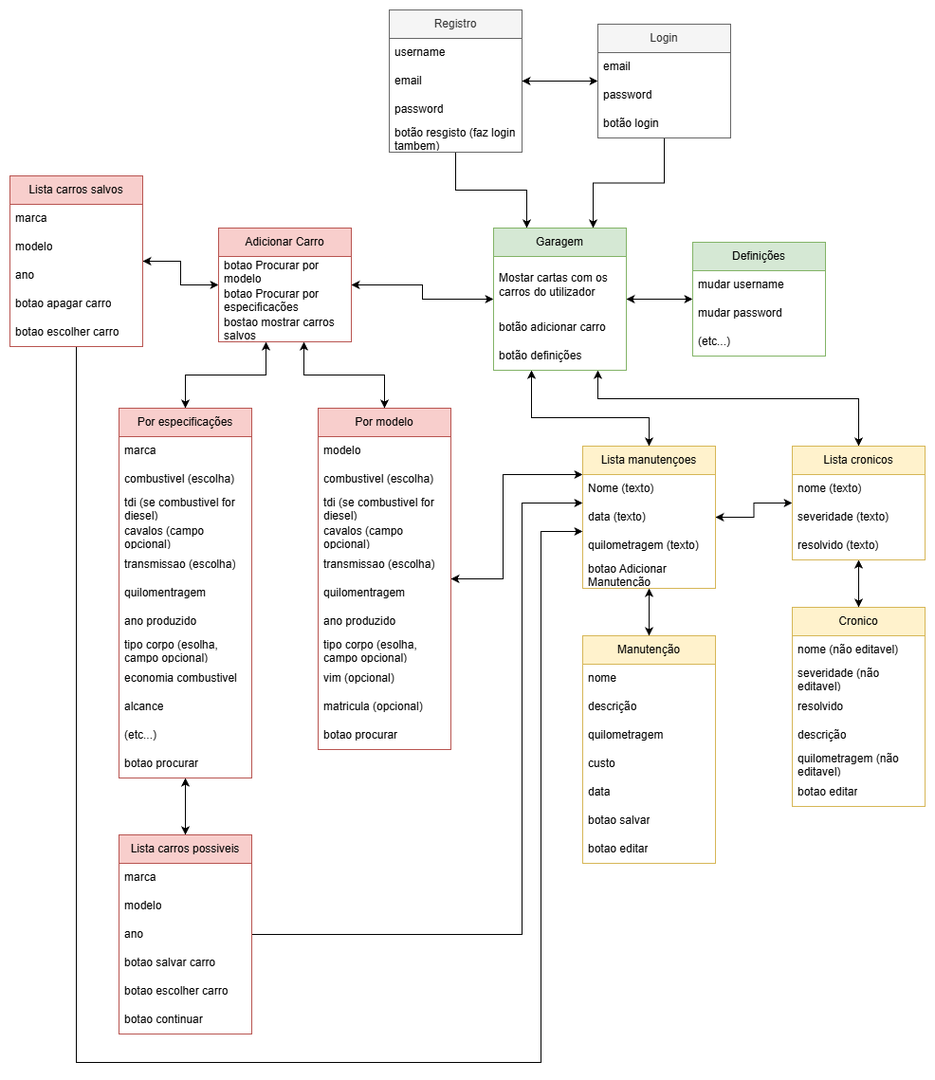
Before: common/pageMap.png, a diagram exported from draw.io (MukhitKwo/Wrenchly). Source tidied: cells renumbered, new cells last; positions are measured from the earlier drawing's top-left corner, leaving out a move shared by most shapes.
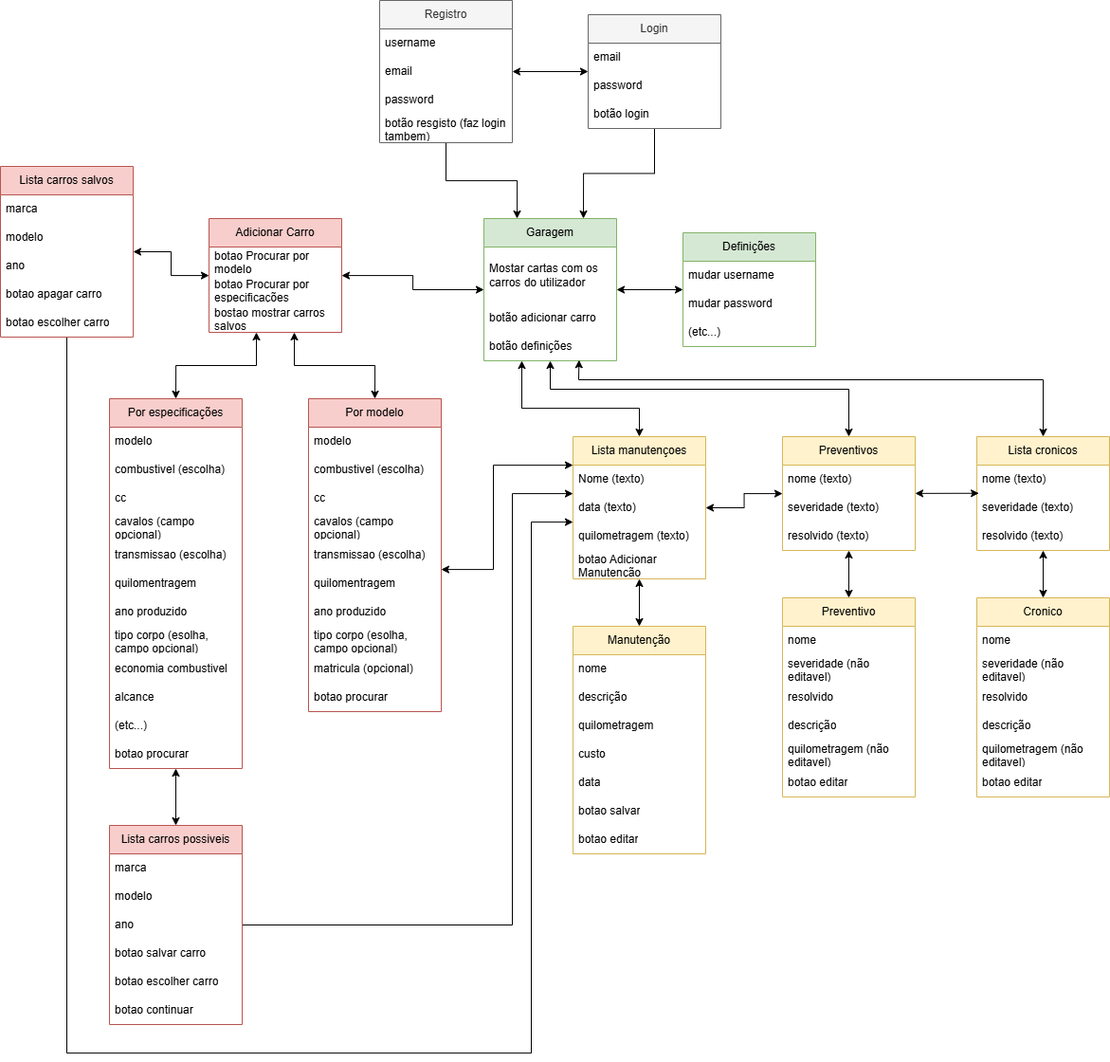
Above is the later version.

The edit, as a diff of the source:
```diff
@@ -49,17 +49,17 @@
         </Array>
       </mxGeometry>
     </mxCell>
+    <mxCell id="17" style="edgeStyle=orthogonalEdgeStyle;rounded=0;jettySize=auto;html=1;startArrow=classic;startFill=1;" parent="1" edge="1" source="18" target="69">
+      <mxGeometry relative="1" as="geometry" />
+    </mxCell>
-    <mxCell id="16" style="edgeStyle=orthogonalEdgeStyle;rounded=0;jettySize=auto;html=1;entryX=0.5;entryY=0;entryDx=0;entryDy=0;startArrow=classic;startFill=1;" parent="1" edge="1" source="18" target="62">
+    <mxCell id="16" style="edgeStyle=none;html=1;entryX=0.5;entryY=0;entryDx=0;entryDy=0;rounded=0;curved=0;startArrow=classic;startFill=1;" parent="1" edge="1" source="18" target="62">
       <mxGeometry relative="1" as="geometry">
         <Array as="points">
-          <mxPoint x="620" y="410" />
+          <mxPoint x="580" y="410" />
           <mxPoint x="895" y="410" />
         </Array>
       </mxGeometry>
     </mxCell>
-    <mxCell id="17" style="edgeStyle=orthogonalEdgeStyle;rounded=0;jettySize=auto;html=1;startArrow=classic;startFill=1;" parent="1" edge="1" source="18" target="69">
-      <mxGeometry relative="1" as="geometry" />
-    </mxCell>
     <mxCell id="18" value="Garagem" style="swimlane;fontStyle=0;horizontal=1;startSize=30;whiteSpace=wrap;html=1;fillColor=#d5e8d4;strokeColor=#82b366;" parent="1" vertex="1">
       <mxGeometry x="510" y="230" width="140" height="150" as="geometry" />
     </mxCell>
@@ -81,7 +81,7 @@
       </mxGeometry>
     </mxCell>
     <mxCell id="23" value="Por modelo" style="swimlane;fontStyle=0;horizontal=1;startSize=30;whiteSpace=wrap;html=1;fillColor=#f8cecc;strokeColor=#b85450;" parent="1" vertex="1">
-      <mxGeometry x="325" y="420" width="140" height="360" as="geometry" />
+      <mxGeometry x="325" y="420" width="140" height="330" as="geometry" />
     </mxCell>
     <mxCell id="24" value="modelo" style="text;strokeColor=none;fillColor=none;align=left;verticalAlign=middle;spacingLeft=4;spacingRight=4;overflow=hidden;whiteSpace=wrap;html=1;" parent="23" vertex="1">
       <mxGeometry y="30" width="140" height="30" as="geometry" />
@@ -89,7 +89,7 @@
     <mxCell id="25" value="combustivel (escolha)" style="text;strokeColor=none;fillColor=none;align=left;verticalAlign=middle;spacingLeft=4;spacingRight=4;overflow=hidden;whiteSpace=wrap;html=1;" parent="23" vertex="1">
       <mxGeometry y="60" width="140" height="30" as="geometry" />
     </mxCell>
-    <mxCell id="26" value="tdi (se combustivel for diesel)" style="text;strokeColor=none;fillColor=none;align=left;verticalAlign=middle;spacingLeft=4;spacingRight=4;overflow=hidden;whiteSpace=wrap;html=1;" parent="23" vertex="1">
+    <mxCell id="26" value="cc" style="text;strokeColor=none;fillColor=none;align=left;verticalAlign=middle;spacingLeft=4;spacingRight=4;overflow=hidden;whiteSpace=wrap;html=1;" parent="23" vertex="1">
       <mxGeometry y="90" width="140" height="30" as="geometry" />
     </mxCell>
     <mxCell id="27" value="cavalos (campo opcional)" style="text;strokeColor=none;fillColor=none;align=left;verticalAlign=middle;spacingLeft=4;spacingRight=4;overflow=hidden;whiteSpace=wrap;html=1;" parent="23" vertex="1">
@@ -107,14 +107,11 @@
     <mxCell id="31" value="tipo corpo (esolha, campo opcional)" style="text;strokeColor=none;fillColor=none;align=left;verticalAlign=middle;spacingLeft=4;spacingRight=4;overflow=hidden;whiteSpace=wrap;html=1;" parent="23" vertex="1">
       <mxGeometry y="240" width="140" height="30" as="geometry" />
     </mxCell>
-    <mxCell id="32" value="vim (opcional)" style="text;strokeColor=none;fillColor=none;align=left;verticalAlign=middle;spacingLeft=4;spacingRight=4;overflow=hidden;whiteSpace=wrap;html=1;" parent="23" vertex="1">
-      <mxGeometry y="270" width="140" height="30" as="geometry" />
-    </mxCell>
     <mxCell id="33" value="matricula (opcional)" style="text;strokeColor=none;fillColor=none;align=left;verticalAlign=middle;spacingLeft=4;spacingRight=4;overflow=hidden;whiteSpace=wrap;html=1;" parent="23" vertex="1">
-      <mxGeometry y="300" width="140" height="30" as="geometry" />
+      <mxGeometry y="270" width="140" height="30" as="geometry" />
     </mxCell>
     <mxCell id="34" value="botao procurar" style="text;strokeColor=none;fillColor=none;align=left;verticalAlign=middle;spacingLeft=4;spacingRight=4;overflow=hidden;whiteSpace=wrap;html=1;" parent="23" vertex="1">
-      <mxGeometry y="330" width="140" height="30" as="geometry" />
+      <mxGeometry y="300" width="140" height="30" as="geometry" />
     </mxCell>
     <mxCell id="35" value="Manutenção" style="swimlane;fontStyle=0;horizontal=1;startSize=30;whiteSpace=wrap;html=1;fillColor=#fff2cc;strokeColor=#d6b656;" parent="1" vertex="1">
       <mxGeometry x="604" y="660" width="140" height="240" as="geometry" />
@@ -140,10 +137,10 @@
     <mxCell id="42" value="botao editar" style="text;strokeColor=none;fillColor=none;align=left;verticalAlign=middle;spacingLeft=4;spacingRight=4;overflow=hidden;whiteSpace=wrap;html=1;" parent="35" vertex="1">
       <mxGeometry y="210" width="140" height="30" as="geometry" />
     </mxCell>
-    <mxCell id="43" value="Cronico" style="swimlane;fontStyle=0;horizontal=1;startSize=30;whiteSpace=wrap;html=1;fillColor=#fff2cc;strokeColor=#d6b656;" parent="1" vertex="1">
+    <mxCell id="43" value="Preventivo" style="swimlane;fontStyle=0;horizontal=1;startSize=30;whiteSpace=wrap;html=1;fillColor=#fff2cc;strokeColor=#d6b656;" parent="1" vertex="1">
       <mxGeometry x="825" y="630" width="140" height="210" as="geometry" />
     </mxCell>
-    <mxCell id="44" value="nome (não editavel)" style="text;strokeColor=none;fillColor=none;align=left;verticalAlign=middle;spacingLeft=4;spacingRight=4;overflow=hidden;whiteSpace=wrap;html=1;" parent="43" vertex="1">
+    <mxCell id="44" value="nome" style="text;strokeColor=none;fillColor=none;align=left;verticalAlign=middle;spacingLeft=4;spacingRight=4;overflow=hidden;whiteSpace=wrap;html=1;" parent="43" vertex="1">
       <mxGeometry y="30" width="140" height="30" as="geometry" />
     </mxCell>
     <mxCell id="45" value="severidade (não editavel)" style="text;strokeColor=none;fillColor=none;align=left;verticalAlign=middle;spacingLeft=4;spacingRight=4;overflow=hidden;whiteSpace=wrap;html=1;" parent="43" vertex="1">
@@ -161,6 +158,14 @@
     <mxCell id="49" value="botao editar" style="text;strokeColor=none;fillColor=none;align=left;verticalAlign=middle;spacingLeft=4;spacingRight=4;overflow=hidden;whiteSpace=wrap;html=1;" parent="43" vertex="1">
       <mxGeometry y="180" width="140" height="30" as="geometry" />
     </mxCell>
+    <mxCell id="102" style="edgeStyle=none;html=1;entryX=0.5;entryY=0;entryDx=0;entryDy=0;exitX=0.717;exitY=0.974;exitDx=0;exitDy=0;exitPerimeter=0;rounded=0;curved=0;startArrow=classic;startFill=1;" parent="1" edge="1" source="21" target="111">
+      <mxGeometry relative="1" as="geometry">
+        <Array as="points">
+          <mxPoint x="610" y="400" />
+          <mxPoint x="1100" y="400" />
+        </Array>
+      </mxGeometry>
+    </mxCell>
     <mxCell id="50" value="Definições" style="swimlane;fontStyle=0;horizontal=1;startSize=30;whiteSpace=wrap;html=1;fillColor=#d5e8d4;strokeColor=#82b366;" parent="1" vertex="1">
       <mxGeometry x="720" y="245" width="140" height="120" as="geometry" />
     </mxCell>
@@ -197,7 +202,7 @@
     <mxCell id="61" style="edgeStyle=orthogonalEdgeStyle;rounded=0;jettySize=auto;html=1;startArrow=classic;startFill=1;" parent="1" edge="1" source="62" target="43">
       <mxGeometry relative="1" as="geometry" />
     </mxCell>
-    <mxCell id="62" value="Lista cronicos" style="swimlane;fontStyle=0;horizontal=1;startSize=30;whiteSpace=wrap;html=1;fillColor=#fff2cc;strokeColor=#d6b656;" parent="1" vertex="1">
+    <mxCell id="62" value="Preventivos" style="swimlane;fontStyle=0;horizontal=1;startSize=30;whiteSpace=wrap;html=1;fillColor=#fff2cc;strokeColor=#d6b656;" parent="1" vertex="1">
       <mxGeometry x="825" y="460" width="140" height="120" as="geometry" />
     </mxCell>
     <mxCell id="63" value="nome (texto)" style="text;strokeColor=none;fillColor=none;align=left;verticalAlign=middle;spacingLeft=4;spacingRight=4;overflow=hidden;whiteSpace=wrap;html=1;" parent="62" vertex="1">
@@ -246,13 +251,13 @@
     <mxCell id="74" value="Por especificações" style="swimlane;fontStyle=0;horizontal=1;startSize=30;whiteSpace=wrap;html=1;fillColor=#f8cecc;strokeColor=#b85450;" parent="1" vertex="1">
       <mxGeometry x="115" y="420" width="140" height="390" as="geometry" />
     </mxCell>
-    <mxCell id="75" value="marca" style="text;strokeColor=none;fillColor=none;align=left;verticalAlign=middle;spacingLeft=4;spacingRight=4;overflow=hidden;whiteSpace=wrap;html=1;" parent="74" vertex="1">
+    <mxCell id="75" value="modelo" style="text;strokeColor=none;fillColor=none;align=left;verticalAlign=middle;spacingLeft=4;spacingRight=4;overflow=hidden;whiteSpace=wrap;html=1;" parent="74" vertex="1">
       <mxGeometry y="30" width="140" height="30" as="geometry" />
     </mxCell>
     <mxCell id="76" value="combustivel (escolha)" style="text;strokeColor=none;fillColor=none;align=left;verticalAlign=middle;spacingLeft=4;spacingRight=4;overflow=hidden;whiteSpace=wrap;html=1;" parent="74" vertex="1">
       <mxGeometry y="60" width="140" height="30" as="geometry" />
     </mxCell>
-    <mxCell id="77" value="tdi (se combustivel for diesel)" style="text;strokeColor=none;fillColor=none;align=left;verticalAlign=middle;spacingLeft=4;spacingRight=4;overflow=hidden;whiteSpace=wrap;html=1;" parent="74" vertex="1">
+    <mxCell id="77" value="cc" style="text;strokeColor=none;fillColor=none;align=left;verticalAlign=middle;spacingLeft=4;spacingRight=4;overflow=hidden;whiteSpace=wrap;html=1;" parent="74" vertex="1">
       <mxGeometry y="90" width="140" height="30" as="geometry" />
     </mxCell>
     <mxCell id="78" value="cavalos (campo opcional)" style="text;strokeColor=none;fillColor=none;align=left;verticalAlign=middle;spacingLeft=4;spacingRight=4;overflow=hidden;whiteSpace=wrap;html=1;" parent="74" vertex="1">
@@ -338,5 +343,44 @@
     <mxCell id="101" value="botao escolher carro" style="text;strokeColor=none;fillColor=none;align=left;verticalAlign=middle;spacingLeft=4;spacingRight=4;overflow=hidden;whiteSpace=wrap;html=1;" parent="96" vertex="1">
       <mxGeometry y="150" width="140" height="30" as="geometry" />
     </mxCell>
+    <mxCell id="103" value="Cronico" style="swimlane;fontStyle=0;horizontal=1;startSize=30;whiteSpace=wrap;html=1;fillColor=#fff2cc;strokeColor=#d6b656;" parent="1" vertex="1">
+      <mxGeometry x="1030" y="630" width="140" height="210" as="geometry" />
+    </mxCell>
+    <mxCell id="104" value="nome" style="text;strokeColor=none;fillColor=none;align=left;verticalAlign=middle;spacingLeft=4;spacingRight=4;overflow=hidden;whiteSpace=wrap;html=1;" parent="103" vertex="1">
+      <mxGeometry y="30" width="140" height="30" as="geometry" />
+    </mxCell>
+    <mxCell id="105" value="severidade (não editavel)" style="text;strokeColor=none;fillColor=none;align=left;verticalAlign=middle;spacingLeft=4;spacingRight=4;overflow=hidden;whiteSpace=wrap;html=1;" parent="103" vertex="1">
+      <mxGeometry y="60" width="140" height="30" as="geometry" />
+    </mxCell>
+    <mxCell id="106" value="resolvido" style="text;strokeColor=none;fillColor=none;align=left;verticalAlign=middle;spacingLeft=4;spacingRight=4;overflow=hidden;whiteSpace=wrap;html=1;" parent="103" vertex="1">
+      <mxGeometry y="90" width="140" height="30" as="geometry" />
+    </mxCell>
+    <mxCell id="107" value="descrição" style="text;strokeColor=none;fillColor=none;align=left;verticalAlign=middle;spacingLeft=4;spacingRight=4;overflow=hidden;whiteSpace=wrap;html=1;" parent="103" vertex="1">
+      <mxGeometry y="120" width="140" height="30" as="geometry" />
+    </mxCell>
+    <mxCell id="108" value="quilometragem (não editavel)" style="text;strokeColor=none;fillColor=none;align=left;verticalAlign=middle;spacingLeft=4;spacingRight=4;overflow=hidden;whiteSpace=wrap;html=1;" parent="103" vertex="1">
+      <mxGeometry y="150" width="140" height="30" as="geometry" />
+    </mxCell>
+    <mxCell id="109" value="botao editar" style="text;strokeColor=none;fillColor=none;align=left;verticalAlign=middle;spacingLeft=4;spacingRight=4;overflow=hidden;whiteSpace=wrap;html=1;" parent="103" vertex="1">
+      <mxGeometry y="180" width="140" height="30" as="geometry" />
+    </mxCell>
+    <mxCell id="110" style="edgeStyle=none;html=1;entryX=0.5;entryY=0;entryDx=0;entryDy=0;startArrow=classic;startFill=1;" parent="1" edge="1" source="111" target="103">
+      <mxGeometry relative="1" as="geometry" />
+    </mxCell>
+    <mxCell id="111" value="Lista cronicos" style="swimlane;fontStyle=0;horizontal=1;startSize=30;whiteSpace=wrap;html=1;fillColor=#fff2cc;strokeColor=#d6b656;" parent="1" vertex="1">
+      <mxGeometry x="1030" y="460" width="140" height="120" as="geometry" />
+    </mxCell>
+    <mxCell id="112" value="nome (texto)" style="text;strokeColor=none;fillColor=none;align=left;verticalAlign=middle;spacingLeft=4;spacingRight=4;overflow=hidden;whiteSpace=wrap;html=1;" parent="111" vertex="1">
+      <mxGeometry y="30" width="140" height="30" as="geometry" />
+    </mxCell>
+    <mxCell id="113" value="severidade (texto)" style="text;strokeColor=none;fillColor=none;align=left;verticalAlign=middle;spacingLeft=4;spacingRight=4;overflow=hidden;points=[[0,0.5],[1,0.5]];portConstraint=eastwest;whiteSpace=wrap;html=1;" parent="111" vertex="1">
+      <mxGeometry y="60" width="140" height="30" as="geometry" />
+    </mxCell>
+    <mxCell id="114" value="resolvido (texto)" style="text;strokeColor=none;fillColor=none;align=left;verticalAlign=middle;spacingLeft=4;spacingRight=4;overflow=hidden;whiteSpace=wrap;html=1;" parent="111" vertex="1">
+      <mxGeometry y="90" width="140" height="30" as="geometry" />
+    </mxCell>
+    <mxCell id="115" style="edgeStyle=none;html=1;entryX=0.015;entryY=-0.009;entryDx=0;entryDy=0;entryPerimeter=0;startArrow=classic;startFill=1;" parent="1" edge="1" source="62" target="113">
+      <mxGeometry relative="1" as="geometry" />
+    </mxCell>
   </root>
 </mxGraphModel>
```
